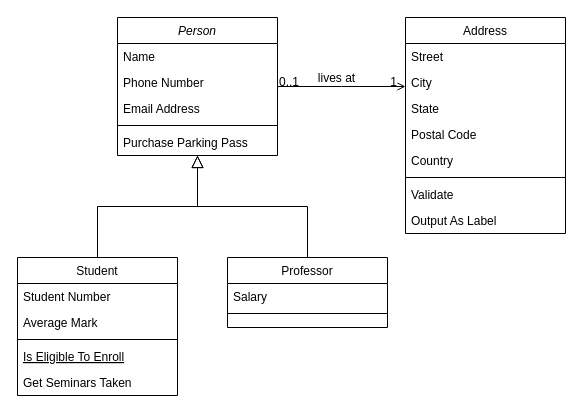
Above: ProgrammingLanguage/KwPl.drawio in geoje/KwUniversity (draw.io), before the change. Source tidied: cells renumbered, new cells numbered last; positions are measured from the earlier drawing's top-left corner, leaving out a move shared by most shapes. Both pictures are drawn from the tidied source at 100%, with x=0, y=0 at pixel (17, 17).
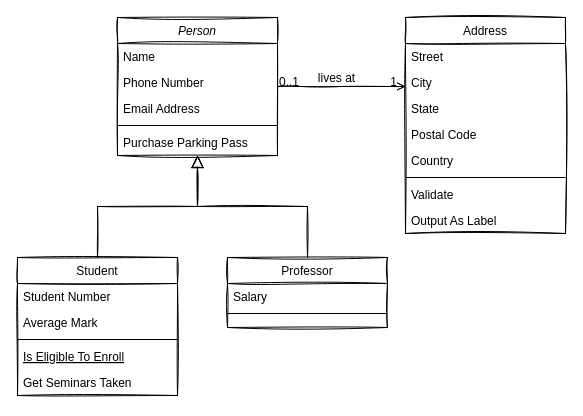
The same page after the edit.

Change to the diagram source:
```diff
@@
-    <mxCell id="2" value="Person" style="swimlane;fontStyle=2;align=center;verticalAlign=top;horizontal=1;startSize=26;rounded=0;shadow=0;strokeWidth=1;" parent="1" vertex="1">
+    <mxCell id="2" value="Person" style="swimlane;fontStyle=2;align=center;verticalAlign=top;horizontal=1;startSize=26;rounded=0;shadow=0;strokeWidth=1;sketch=1;" parent="1" vertex="1">
       <mxGeometry x="100" width="160" height="138" as="geometry" />
     </mxCell>
@@
-    <mxCell id="8" value="Student" style="swimlane;fontStyle=0;align=center;verticalAlign=top;horizontal=1;startSize=26;rounded=0;shadow=0;strokeWidth=1;" parent="1" vertex="1">
+    <mxCell id="8" value="Student" style="swimlane;fontStyle=0;align=center;verticalAlign=top;horizontal=1;startSize=26;rounded=0;shadow=0;strokeWidth=1;sketch=1;" parent="1" vertex="1">
       <mxGeometry y="240" width="160" height="138" as="geometry" />
     </mxCell>
@@
-    <mxCell id="14" style="endArrow=block;endSize=10;endFill=0;shadow=0;strokeWidth=1;rounded=0;edgeStyle=elbowEdgeStyle;elbow=vertical;" parent="1" edge="1" source="8" target="2">
+    <mxCell id="14" style="endArrow=block;endSize=10;endFill=0;shadow=0;strokeWidth=1;rounded=0;edgeStyle=elbowEdgeStyle;elbow=vertical;sketch=1;" parent="1" edge="1" source="8" target="2">
       <mxGeometry relative="1" as="geometry" />
     </mxCell>
-    <mxCell id="15" value="Professor" style="swimlane;fontStyle=0;align=center;verticalAlign=top;horizontal=1;startSize=26;rounded=0;shadow=0;strokeWidth=1;" parent="1" vertex="1">
+    <mxCell id="15" value="Professor" style="swimlane;fontStyle=0;align=center;verticalAlign=top;horizontal=1;startSize=26;rounded=0;shadow=0;strokeWidth=1;sketch=1;" parent="1" vertex="1">
       <mxGeometry x="210" y="240" width="160" height="70" as="geometry" />
     </mxCell>
@@
-    <mxCell id="18" style="endArrow=block;endSize=10;endFill=0;shadow=0;strokeWidth=1;rounded=0;edgeStyle=elbowEdgeStyle;elbow=vertical;" parent="1" edge="1" source="15" target="2">
+    <mxCell id="18" style="endArrow=block;endSize=10;endFill=0;shadow=0;strokeWidth=1;rounded=0;edgeStyle=elbowEdgeStyle;elbow=vertical;sketch=1;" parent="1" edge="1" source="15" target="2">
       <mxGeometry relative="1" as="geometry" />
     </mxCell>
-    <mxCell id="19" value="Address" style="swimlane;fontStyle=0;align=center;verticalAlign=top;horizontal=1;startSize=26;rounded=0;shadow=0;strokeWidth=1;" parent="1" vertex="1">
+    <mxCell id="19" value="Address" style="swimlane;fontStyle=0;align=center;verticalAlign=top;horizontal=1;startSize=26;rounded=0;shadow=0;strokeWidth=1;sketch=1;" parent="1" vertex="1">
       <mxGeometry x="388" width="160" height="216" as="geometry" />
     </mxCell>
@@
-    <mxCell id="22" value="State" style="text;align=left;verticalAlign=top;spacingLeft=4;spacingRight=4;overflow=hidden;rounded=0;shadow=0;html=0;" parent="19" vertex="1">
+    <mxCell id="22" value="State" style="text;align=left;verticalAlign=top;spacingLeft=4;spacingRight=4;overflow=hidden;rounded=0;shadow=0;html=0;sketch=0;" parent="19" vertex="1">
       <mxGeometry y="78" width="160" height="26" as="geometry" />
     </mxCell>
@@
-    <mxCell id="28" style="endArrow=open;shadow=0;strokeWidth=1;rounded=0;endFill=1;edgeStyle=elbowEdgeStyle;elbow=vertical;" parent="1" edge="1" source="2" target="19">
+    <mxCell id="28" style="endArrow=open;shadow=0;strokeWidth=1;rounded=0;endFill=1;edgeStyle=elbowEdgeStyle;elbow=vertical;sketch=1;" parent="1" edge="1" source="2" target="19">
       <mxGeometry x="0.5" y="41" relative="1" as="geometry">
         <mxPoint x="-40" y="32" as="offset" />
       </mxGeometry>
     </mxCell>
```
